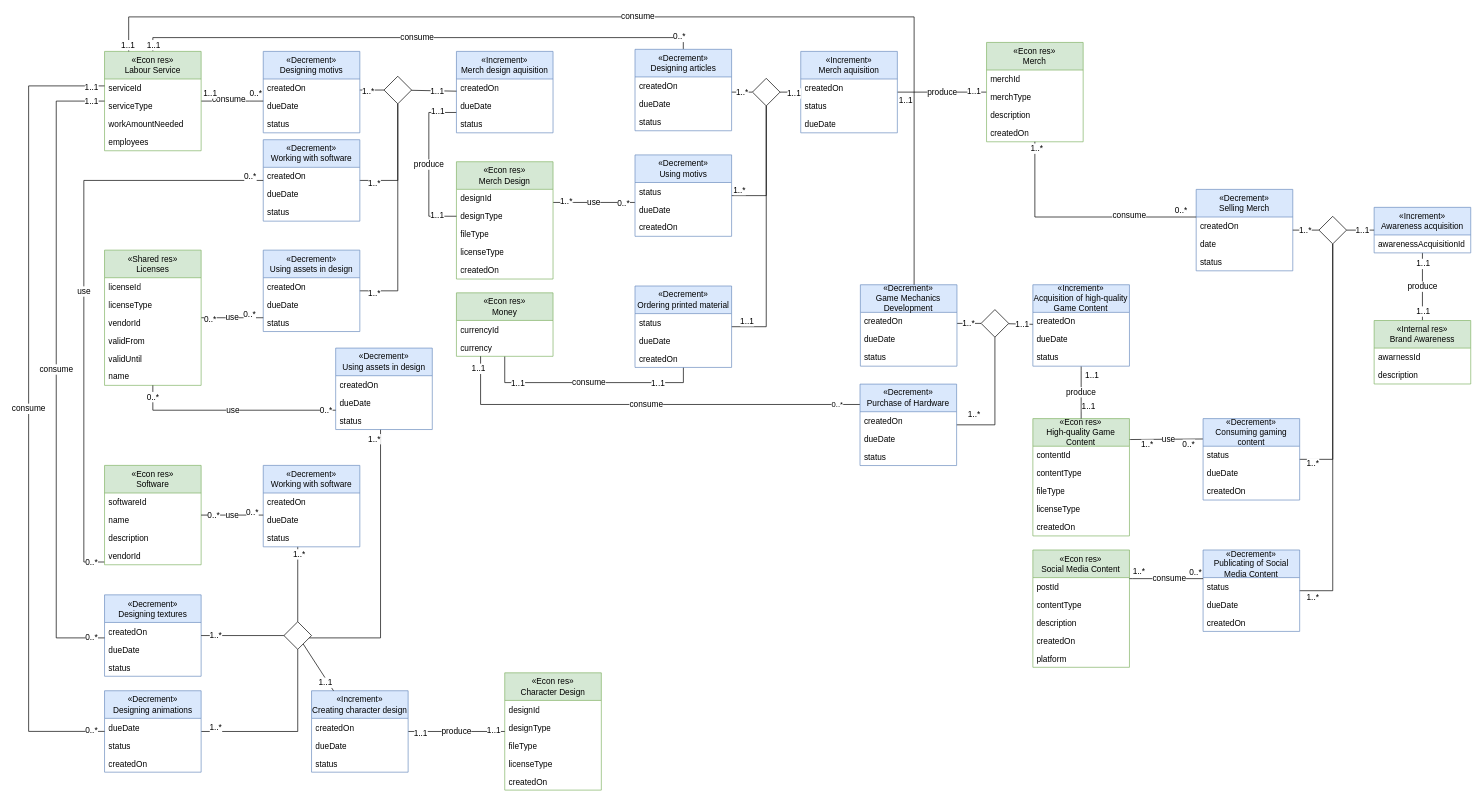
The draw.io diagram page "Conversion" (2 of 10) of media/IS1_Project_REA.drawio in tudwiglemmel/Neigh-Corp---Golden-Meadows, before the edit. Source tidied: cells renumbered, new cells numbered last; positions are measured from the earlier drawing's top-left corner, leaving out a move shared by most shapes. Both pictures are drawn from the tidied source at 69%, with x=0, y=0 at pixel (28, 17).
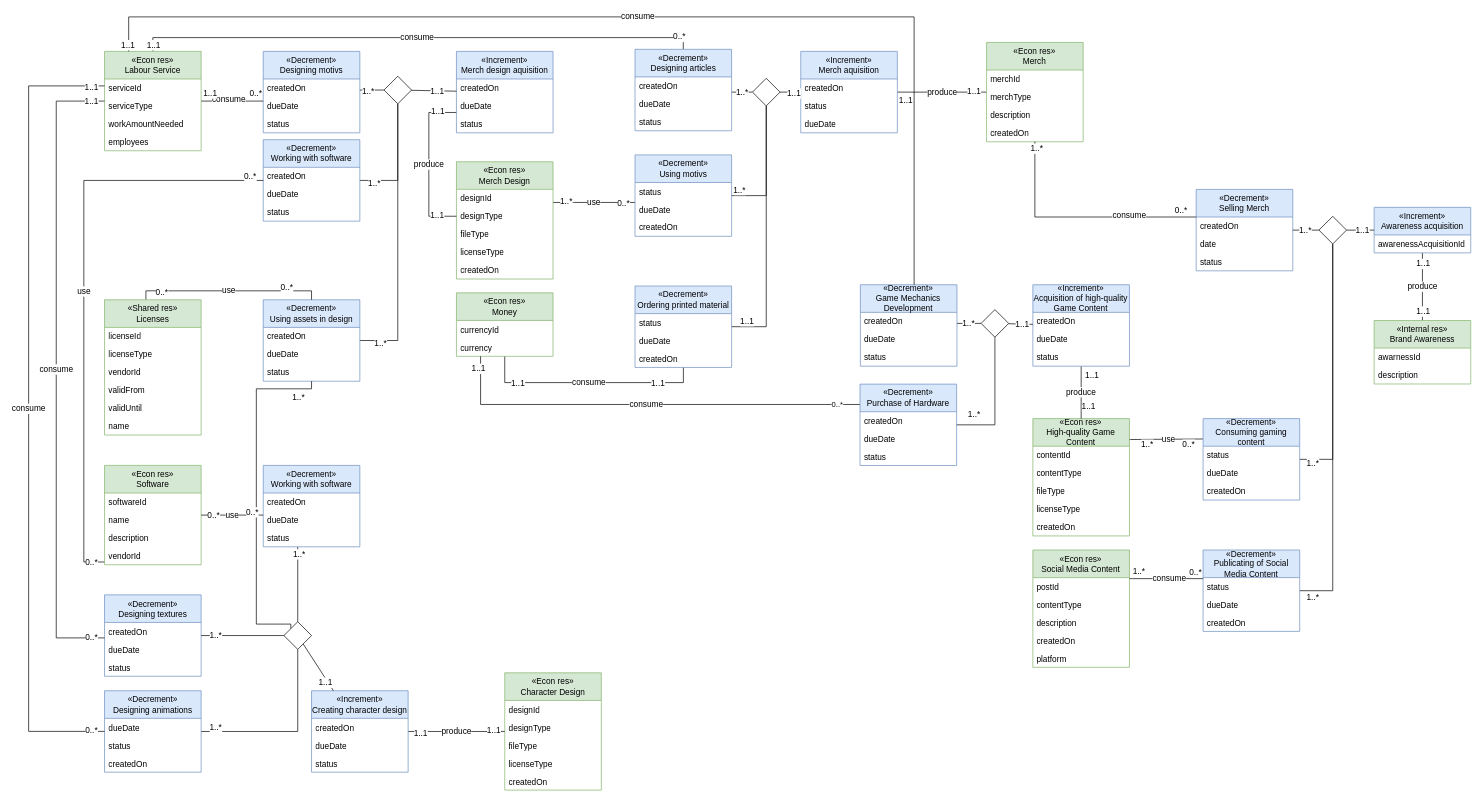
Above is the later version.

The change refers to these unchanged cells:
```xml
<mxCell id="152" style="rhombus;whiteSpace=wrap;html=1;shapeInside=1;" parent="1" vertex="1">
  <mxGeometry x="370" y="876.6" width="40" height="40" as="geometry" />
</mxCell>
```

The edit, as a diff of the source:
```diff
@@
     <mxCell id="50" value="«Decrement»&lt;div&gt;Using assets in design&lt;/div&gt;" style="rounded=0;whiteSpace=wrap;html=1;fillColor=#dae8fc;strokeColor=#6c8ebf;shape=swimlane;fontStyle=0;startSize=40;horizontal=1;" parent="1" vertex="1">
-      <mxGeometry x="340" y="338" width="140" height="118" as="geometry" />
+      <mxGeometry x="340" y="410" width="140" height="118" as="geometry" />
     </mxCell>
@@
     <mxCell id="93" value="«Shared res»&lt;div&gt;Licenses&lt;/div&gt;" style="rounded=0;whiteSpace=wrap;html=1;shape=swimlane;fontStyle=0;startSize=40;horizontal=1;fillColor=#d5e8d4;strokeColor=#82b366;" parent="1" vertex="1">
-      <mxGeometry x="110" y="338" width="140" height="196" as="geometry" />
+      <mxGeometry x="110" y="410" width="140" height="196" as="geometry" />
     </mxCell>
@@
-    <mxCell id="128" style="rounded=0;jettySize=auto;html=1;fontFamily=Helvetica;fontSize=12;fontColor=default;endArrow=none;endFill=0;edgeStyle=orthogonalEdgeStyle;" parent="1" edge="1" source="130" target="152">
-      <mxGeometry relative="1" as="geometry">
+    <mxCell id="128" style="rounded=0;jettySize=auto;html=1;fontFamily=Helvetica;fontSize=12;fontColor=default;endArrow=none;endFill=0;edgeStyle=orthogonalEdgeStyle;entryX=0;entryY=0;entryDx=0;entryDy=0;" parent="1" edge="1" source="50" target="152">
+      <mxGeometry x="0.09" relative="1" as="geometry">
         <Array as="points">
-          <mxPoint x="510" y="539" />
-          <mxPoint x="510" y="900" />
-          <mxPoint x="390" y="900" />
+          <mxPoint x="410" y="539" />
+          <mxPoint x="330" y="539" />
+          <mxPoint x="330" y="880" />
+          <mxPoint x="380" y="880" />
         </Array>
       </mxGeometry>
     </mxCell>
     <mxCell id="129" value="1..*" style="edgeLabel;html=1;align=center;verticalAlign=middle;fontFamily=Helvetica;fontSize=12;fontColor=default;" parent="128" vertex="1">
-      <mxGeometry x="-0.76" y="-2" relative="1" as="geometry">
-        <mxPoint x="-8" y="-36" as="offset" />
+      <mxGeometry x="-0.44" y="-2" relative="1" as="geometry">
+        <mxPoint x="62" y="-34" as="offset" />
       </mxGeometry>
     </mxCell>
-    <mxCell id="130" value="«Decrement»&lt;div&gt;Using assets in design&lt;/div&gt;" style="rounded=0;whiteSpace=wrap;html=1;fillColor=#dae8fc;strokeColor=#6c8ebf;shape=swimlane;fontStyle=0;startSize=40;horizontal=1;" parent="1" vertex="1">
-      <mxGeometry x="445" y="480" width="140" height="118" as="geometry" />
-    </mxCell>
-    <mxCell id="131" value="createdOn" style="text;strokeColor=none;fillColor=none;align=left;verticalAlign=top;spacingLeft=4;spacingRight=4;overflow=hidden;whiteSpace=wrap;html=1;" parent="130" vertex="1">
-      <mxGeometry y="40" width="140" height="26" as="geometry" />
-    </mxCell>
-    <mxCell id="132" value="dueDate" style="text;strokeColor=none;fillColor=none;align=left;verticalAlign=top;spacingLeft=4;spacingRight=4;overflow=hidden;whiteSpace=wrap;html=1;" parent="130" vertex="1">
-      <mxGeometry y="66" width="140" height="26" as="geometry" />
-    </mxCell>
-    <mxCell id="133" value="status" style="text;strokeColor=none;fillColor=none;align=left;verticalAlign=top;spacingLeft=4;spacingRight=4;overflow=hidden;whiteSpace=wrap;html=1;" parent="130" vertex="1">
-      <mxGeometry y="92" width="140" height="26" as="geometry" />
-    </mxCell>
@@
-    <mxCell id="140" value="use" style="rounded=0;jettySize=auto;html=1;fontFamily=Helvetica;fontSize=12;fontColor=default;endArrow=none;endFill=0;edgeStyle=orthogonalEdgeStyle;" parent="1" edge="1" source="93" target="130">
-      <mxGeometry x="0.01" relative="1" as="geometry">
-        <Array as="points">
-          <mxPoint x="180" y="570" />
-        </Array>
-      </mxGeometry>
-    </mxCell>
-    <mxCell id="141" value="0..*" style="edgeLabel;html=1;align=center;verticalAlign=middle;fontFamily=Helvetica;fontSize=12;fontColor=default;" parent="140" vertex="1">
-      <mxGeometry x="-0.74" y="-2" relative="1" as="geometry">
-        <mxPoint x="-4" y="-22" as="offset" />
-      </mxGeometry>
-    </mxCell>
-    <mxCell id="142" value="0..*" style="edgeLabel;html=1;align=center;verticalAlign=middle;fontFamily=Helvetica;fontSize=12;fontColor=default;" parent="140" vertex="1">
-      <mxGeometry x="0.67" relative="1" as="geometry">
-        <mxPoint x="35" as="offset" />
-      </mxGeometry>
-    </mxCell>
```
